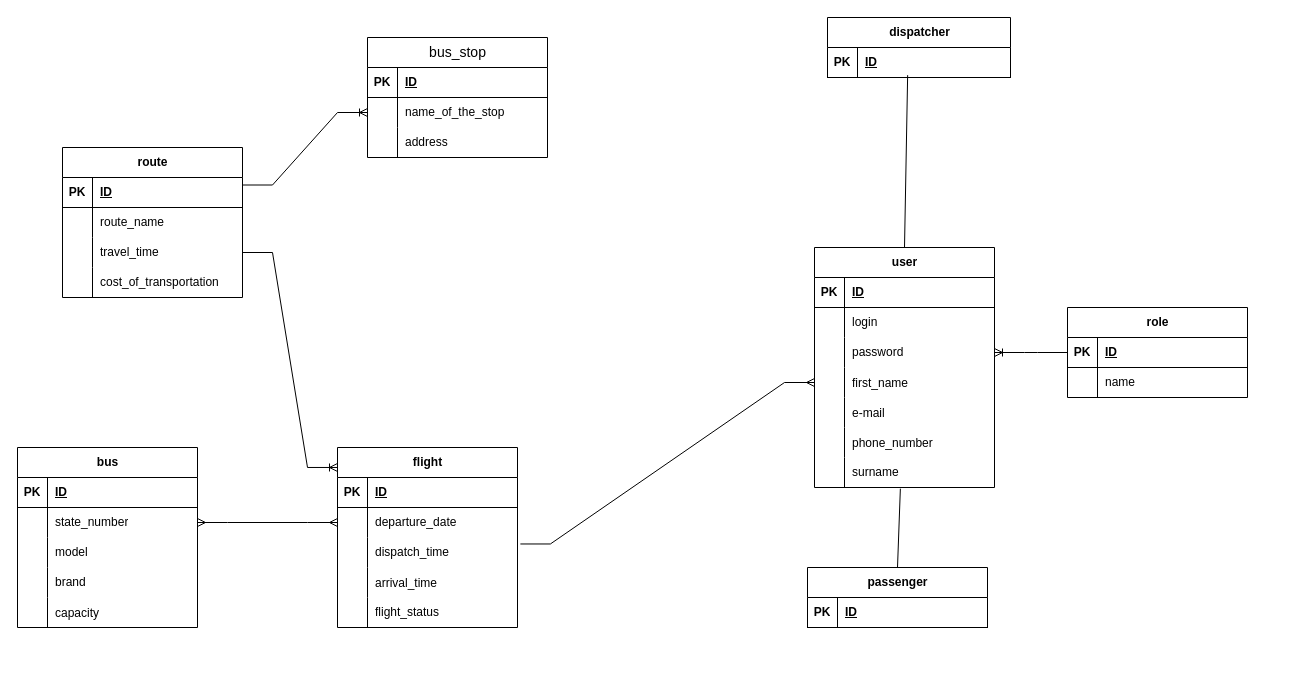
Above: page "Страница — 1" (1 of 2) of doc/er.drawio in IlyaSevastyanov/WorkSite (draw.io), before the change. Source tidied: cells renumbered, new cells numbered last; positions are measured from the earlier drawing's top-left corner, leaving out a move shared by most shapes. Both pictures are drawn from the tidied source at 100%, with x=0, y=0 at pixel (17, 17).
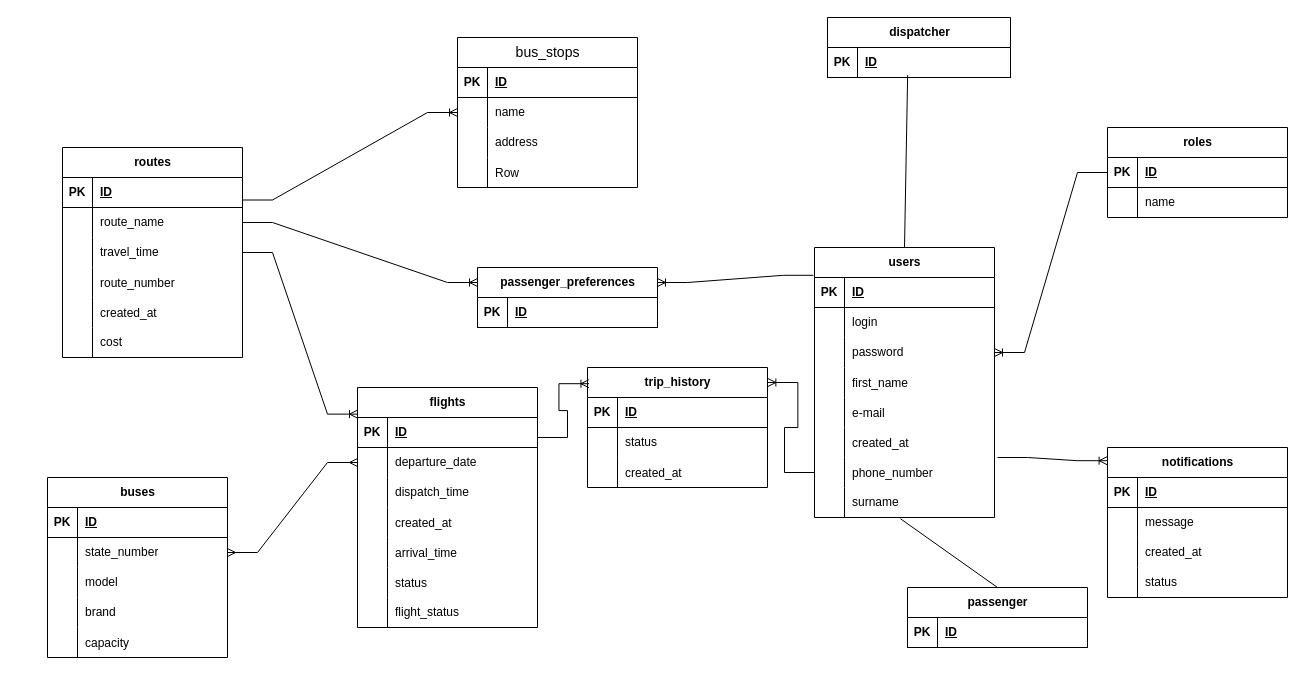
After the change.

The change refers to these unchanged cells:
```xml
<mxCell id="23" style="shape=tableRow;horizontal=0;startSize=0;swimlaneHead=0;swimlaneBody=0;fillColor=none;points=[[0,0.5],[1,0.5]];portConstraint=eastwest;top=0;left=0;right=0;bottom=0;" parent="13" vertex="1">
  <mxGeometry y="120" width="180" height="30" as="geometry" />
</mxCell>
<mxCell id="69" style="shape=tableRow;horizontal=0;startSize=0;swimlaneHead=0;swimlaneBody=0;fillColor=none;points=[[0,0.5],[1,0.5]];portConstraint=eastwest;top=0;left=0;right=0;bottom=0;" parent="62" vertex="1">
  <mxGeometry y="90" width="180" height="30" as="geometry" />
</mxCell>
<mxCell id="82" style="shape=tableRow;horizontal=0;startSize=0;swimlaneHead=0;swimlaneBody=0;fillColor=none;points=[[0,0.5],[1,0.5]];portConstraint=eastwest;top=0;left=0;right=0;bottom=0;" parent="78" vertex="1">
  <mxGeometry y="60" width="180" height="30" as="geometry" />
</mxCell>
<mxCell id="95" style="shape=tableRow;horizontal=0;startSize=0;swimlaneHead=0;swimlaneBody=0;fillColor=none;points=[[0,0.5],[1,0.5]];portConstraint=eastwest;top=0;left=0;right=0;bottom=0;" parent="91" vertex="1">
  <mxGeometry y="60" width="180" height="30" as="geometry" />
</mxCell>
```

Change to the diagram source:
```diff
@@
-    <mxCell id="5" style="edgeStyle=entityRelationEdgeStyle;fontSize=12;html=1;endArrow=ERmany;rounded=0;entryX=0;entryY=0.5;entryDx=0;entryDy=0;exitX=1.016;exitY=0.216;exitDx=0;exitDy=0;exitPerimeter=0;" parent="1" edge="1" source="69" target="23">
-      <mxGeometry relative="1" as="geometry" />
-    </mxCell>
-    <mxCell id="6" value="role" style="shape=table;startSize=30;childLayout=tableLayout;rowLines=0;fontStyle=1;align=center;html=1;" parent="1" vertex="1">
-      <mxGeometry x="1050" y="290" width="180" height="90" as="geometry" />
+    <mxCell id="6" value="roles" style="shape=table;startSize=30;childLayout=tableLayout;rowLines=0;fontStyle=1;align=center;html=1;" parent="1" vertex="1">
+      <mxGeometry x="1090" y="110" width="180" height="90" as="geometry" />
     </mxCell>
@@
-    <mxCell id="13" value="user" style="shape=table;startSize=30;childLayout=tableLayout;rowLines=0;fontStyle=1;align=center;html=1;" parent="1" vertex="1">
-      <mxGeometry x="797" y="230" width="180" height="240" as="geometry" />
+    <mxCell id="13" value="users" style="shape=table;startSize=30;childLayout=tableLayout;rowLines=0;fontStyle=1;align=center;html=1;" parent="1" vertex="1">
+      <mxGeometry x="797" y="230" width="180" height="270" as="geometry" />
     </mxCell>
@@
+    <mxCell id="101" style="shape=tableRow;horizontal=0;startSize=0;swimlaneHead=0;swimlaneBody=0;fillColor=none;points=[[0,0.5],[1,0.5]];portConstraint=eastwest;top=0;left=0;right=0;bottom=0;" parent="13" vertex="1">
+      <mxGeometry y="180" width="180" height="30" as="geometry" />
+    </mxCell>
+    <mxCell id="102" style="shape=partialRectangle;fillColor=none;top=0;left=0;bottom=0;right=0;overflow=hidden;" parent="101" vertex="1">
+      <mxGeometry width="30" height="30" as="geometry" />
+    </mxCell>
+    <mxCell id="103" value="created_at" style="shape=partialRectangle;fillColor=none;top=0;left=0;bottom=0;right=0;align=left;spacingLeft=6;overflow=hidden;" parent="101" vertex="1">
+      <mxGeometry x="30" width="150" height="30" as="geometry" />
+    </mxCell>
     <mxCell id="29" style="shape=tableRow;horizontal=0;startSize=0;swimlaneHead=0;swimlaneBody=0;fillColor=none;points=[[0,0.5],[1,0.5]];portConstraint=eastwest;top=0;left=0;right=0;bottom=0;" parent="13" vertex="1">
-      <mxGeometry y="180" width="180" height="30" as="geometry" />
+      <mxGeometry y="210" width="180" height="30" as="geometry" />
     </mxCell>
@@
     <mxCell id="32" style="shape=tableRow;horizontal=0;startSize=0;swimlaneHead=0;swimlaneBody=0;fillColor=none;points=[[0,0.5],[1,0.5]];portConstraint=eastwest;top=0;left=0;right=0;bottom=0;" parent="13" vertex="1">
-      <mxGeometry y="210" width="180" height="30" as="geometry" />
+      <mxGeometry y="240" width="180" height="30" as="geometry" />
     </mxCell>
@@
     <mxCell id="40" value="passenger" style="shape=table;startSize=30;childLayout=tableLayout;rowLines=0;fontStyle=1;align=center;html=1;" parent="1" vertex="1">
-      <mxGeometry x="790" y="550" width="180" height="60" as="geometry" />
+      <mxGeometry x="890" y="570" width="180" height="60" as="geometry" />
     </mxCell>
@@
-    <mxCell id="46" value="bus" style="shape=table;startSize=30;childLayout=tableLayout;rowLines=0;fontStyle=1;align=center;html=1;" parent="1" vertex="1">
-      <mxGeometry y="430" width="180" height="180" as="geometry" />
+    <mxCell id="46" value="buses" style="shape=table;startSize=30;childLayout=tableLayout;rowLines=0;fontStyle=1;align=center;html=1;" parent="1" vertex="1">
+      <mxGeometry x="30" y="460" width="180" height="180" as="geometry" />
     </mxCell>
@@
-    <mxCell id="62" value="flight" style="shape=table;startSize=30;childLayout=tableLayout;rowLines=0;fontStyle=1;align=center;html=1;" parent="1" vertex="1">
-      <mxGeometry x="320" y="430" width="180" height="180" as="geometry" />
+    <mxCell id="62" value="flights" style="shape=table;startSize=30;childLayout=tableLayout;rowLines=0;fontStyle=1;align=center;html=1;" parent="1" vertex="1">
+      <mxGeometry x="340" y="370" width="180" height="240" as="geometry" />
     </mxCell>
@@
+    <mxCell id="104" style="shape=tableRow;horizontal=0;startSize=0;swimlaneHead=0;swimlaneBody=0;fillColor=none;top=0;left=0;right=0;bottom=0;" parent="62" vertex="1">
+      <mxGeometry y="120" width="180" height="30" as="geometry" />
+    </mxCell>
+    <mxCell id="105" style="shape=partialRectangle;fillColor=none;top=0;left=0;bottom=0;right=0;overflow=hidden;" parent="104" vertex="1">
+      <mxGeometry width="30" height="30" as="geometry" />
+    </mxCell>
+    <mxCell id="106" value="created_at" style="shape=partialRectangle;fillColor=none;top=0;left=0;bottom=0;right=0;align=left;spacingLeft=6;overflow=hidden;" parent="104" vertex="1">
+      <mxGeometry x="30" width="150" height="30" as="geometry" />
+    </mxCell>
     <mxCell id="72" style="shape=tableRow;horizontal=0;startSize=0;swimlaneHead=0;swimlaneBody=0;fillColor=none;top=0;left=0;right=0;bottom=0;" parent="62" vertex="1">
-      <mxGeometry y="120" width="180" height="30" as="geometry" />
+      <mxGeometry y="150" width="180" height="30" as="geometry" />
     </mxCell>
@@
+    <mxCell id="107" style="shape=tableRow;horizontal=0;startSize=0;swimlaneHead=0;swimlaneBody=0;fillColor=none;top=0;left=0;right=0;bottom=0;" parent="62" vertex="1">
+      <mxGeometry y="180" width="180" height="30" as="geometry" />
+    </mxCell>
+    <mxCell id="108" style="shape=partialRectangle;fillColor=none;top=0;left=0;bottom=0;right=0;overflow=hidden;" parent="107" vertex="1">
+      <mxGeometry width="30" height="30" as="geometry" />
+    </mxCell>
+    <mxCell id="109" value="status" style="shape=partialRectangle;fillColor=none;top=0;left=0;bottom=0;right=0;align=left;spacingLeft=6;overflow=hidden;" parent="107" vertex="1">
+      <mxGeometry x="30" width="150" height="30" as="geometry" />
+    </mxCell>
     <mxCell id="75" style="shape=tableRow;horizontal=0;startSize=0;swimlaneHead=0;swimlaneBody=0;fillColor=none;top=0;left=0;right=0;bottom=0;" parent="62" vertex="1">
-      <mxGeometry y="150" width="180" height="30" as="geometry" />
+      <mxGeometry y="210" width="180" height="30" as="geometry" />
     </mxCell>
@@
-    <mxCell id="78" value="route" style="shape=table;startSize=30;childLayout=tableLayout;rowLines=0;fontStyle=1;align=center;html=1;" parent="1" vertex="1">
-      <mxGeometry x="45" y="130" width="180" height="150" as="geometry" />
+    <mxCell id="78" value="routes" style="shape=table;startSize=30;childLayout=tableLayout;rowLines=0;fontStyle=1;align=center;html=1;" parent="1" vertex="1">
+      <mxGeometry x="45" y="130" width="180" height="210" as="geometry" />
     </mxCell>
@@
+    <mxCell id="110" style="shape=tableRow;horizontal=0;startSize=0;swimlaneHead=0;swimlaneBody=0;fillColor=none;top=0;left=0;right=0;bottom=0;" parent="78" vertex="1">
+      <mxGeometry y="120" width="180" height="30" as="geometry" />
+    </mxCell>
+    <mxCell id="111" style="shape=partialRectangle;fillColor=none;top=0;left=0;bottom=0;right=0;overflow=hidden;" parent="110" vertex="1">
+      <mxGeometry width="30" height="30" as="geometry" />
+    </mxCell>
+    <mxCell id="112" value="route_number" style="shape=partialRectangle;fillColor=none;top=0;left=0;bottom=0;right=0;align=left;spacingLeft=6;overflow=hidden;" parent="110" vertex="1">
+      <mxGeometry x="30" width="150" height="30" as="geometry" />
+    </mxCell>
+    <mxCell id="113" style="shape=tableRow;horizontal=0;startSize=0;swimlaneHead=0;swimlaneBody=0;fillColor=none;top=0;left=0;right=0;bottom=0;" parent="78" vertex="1">
+      <mxGeometry y="150" width="180" height="30" as="geometry" />
+    </mxCell>
+    <mxCell id="114" style="shape=partialRectangle;fillColor=none;top=0;left=0;bottom=0;right=0;overflow=hidden;" parent="113" vertex="1">
+      <mxGeometry width="30" height="30" as="geometry" />
+    </mxCell>
+    <mxCell id="115" value="created_at" style="shape=partialRectangle;fillColor=none;top=0;left=0;bottom=0;right=0;align=left;spacingLeft=6;overflow=hidden;" parent="113" vertex="1">
+      <mxGeometry x="30" width="150" height="30" as="geometry" />
+    </mxCell>
     <mxCell id="88" style="shape=tableRow;horizontal=0;startSize=0;swimlaneHead=0;swimlaneBody=0;fillColor=none;top=0;left=0;right=0;bottom=0;" parent="78" vertex="1">
-      <mxGeometry y="120" width="180" height="30" as="geometry" />
+      <mxGeometry y="180" width="180" height="30" as="geometry" />
     </mxCell>
@@
-    <mxCell id="90" value="cost_of_transportation" style="shape=partialRectangle;fillColor=none;top=0;left=0;bottom=0;right=0;align=left;spacingLeft=6;overflow=hidden;whiteSpace=wrap;html=1;" parent="88" vertex="1">
+    <mxCell id="90" value="cost" style="shape=partialRectangle;fillColor=none;top=0;left=0;bottom=0;right=0;align=left;spacingLeft=6;overflow=hidden;whiteSpace=wrap;html=1;" parent="88" vertex="1">
       <mxGeometry x="30" width="150" height="30" as="geometry" />
     </mxCell>
-    <mxCell id="91" value="&lt;span style=&quot;font-size: 14px; font-weight: 400;&quot;&gt;bus_stop&lt;/span&gt;" style="shape=table;startSize=30;childLayout=tableLayout;rowLines=0;fontStyle=1;align=center;html=1;" parent="1" vertex="1">
-      <mxGeometry x="350" y="20" width="180" height="120" as="geometry" />
+    <mxCell id="91" value="&lt;span style=&quot;font-size: 14px; font-weight: 400;&quot;&gt;bus_stops&lt;/span&gt;" style="shape=table;startSize=30;childLayout=tableLayout;rowLines=0;fontStyle=1;align=center;html=1;" parent="1" vertex="1">
+      <mxGeometry x="440" y="20" width="180" height="150" as="geometry" />
     </mxCell>
@@
-    <mxCell id="97" value="name_of_the_stop" style="shape=partialRectangle;fillColor=none;top=0;left=0;bottom=0;right=0;align=left;spacingLeft=6;overflow=hidden;whiteSpace=wrap;html=1;" parent="95" vertex="1">
+    <mxCell id="97" value="name" style="shape=partialRectangle;fillColor=none;top=0;left=0;bottom=0;right=0;align=left;spacingLeft=6;overflow=hidden;whiteSpace=wrap;html=1;" parent="95" vertex="1">
       <mxGeometry x="30" width="150" height="30" as="geometry" />
     </mxCell>
@@
+    <mxCell id="116" style="shape=tableRow;horizontal=0;startSize=0;swimlaneHead=0;swimlaneBody=0;fillColor=none;top=0;left=0;right=0;bottom=0;" parent="91" vertex="1">
+      <mxGeometry y="120" width="180" height="30" as="geometry" />
+    </mxCell>
+    <mxCell id="117" style="shape=partialRectangle;fillColor=none;top=0;left=0;bottom=0;right=0;overflow=hidden;" parent="116" vertex="1">
+      <mxGeometry width="30" height="30" as="geometry" />
+    </mxCell>
+    <mxCell id="118" value="Row" style="shape=partialRectangle;fillColor=none;top=0;left=0;bottom=0;right=0;align=left;spacingLeft=6;overflow=hidden;" parent="116" vertex="1">
+      <mxGeometry x="30" width="150" height="30" as="geometry" />
+    </mxCell>
+    <mxCell id="119" value="notifications" style="shape=table;startSize=30;childLayout=tableLayout;rowLines=0;fontStyle=1;align=center;html=1;" parent="1" vertex="1">
+      <mxGeometry x="1090" y="430" width="180" height="150" as="geometry" />
+    </mxCell>
+    <mxCell id="120" style="shape=tableRow;horizontal=0;startSize=0;swimlaneHead=0;swimlaneBody=0;fillColor=none;top=0;left=0;right=0;bottom=1;" parent="119" vertex="1">
+      <mxGeometry y="30" width="180" height="30" as="geometry" />
+    </mxCell>
+    <mxCell id="121" value="PK" style="shape=partialRectangle;fillColor=none;top=0;left=0;bottom=0;right=0;fontStyle=1;overflow=hidden;whiteSpace=wrap;html=1;" parent="120" vertex="1">
+      <mxGeometry width="30" height="30" as="geometry" />
+    </mxCell>
+    <mxCell id="122" value="ID" style="shape=partialRectangle;fillColor=none;top=0;left=0;bottom=0;right=0;align=left;spacingLeft=6;fontStyle=5;overflow=hidden;whiteSpace=wrap;html=1;" parent="120" vertex="1">
+      <mxGeometry x="30" width="150" height="30" as="geometry" />
+    </mxCell>
+    <mxCell id="123" style="shape=tableRow;horizontal=0;startSize=0;swimlaneHead=0;swimlaneBody=0;fillColor=none;top=0;left=0;right=0;bottom=0;" parent="119" vertex="1">
+      <mxGeometry y="60" width="180" height="30" as="geometry" />
+    </mxCell>
+    <mxCell id="124" style="shape=partialRectangle;fillColor=none;top=0;left=0;bottom=0;right=0;overflow=hidden;whiteSpace=wrap;html=1;" parent="123" vertex="1">
+      <mxGeometry width="30" height="30" as="geometry" />
+    </mxCell>
+    <mxCell id="125" value="message" style="shape=partialRectangle;fillColor=none;top=0;left=0;bottom=0;right=0;align=left;spacingLeft=6;overflow=hidden;whiteSpace=wrap;html=1;" parent="123" vertex="1">
+      <mxGeometry x="30" width="150" height="30" as="geometry" />
+    </mxCell>
+    <mxCell id="126" style="shape=tableRow;horizontal=0;startSize=0;swimlaneHead=0;swimlaneBody=0;fillColor=none;top=0;left=0;right=0;bottom=0;" parent="119" vertex="1">
+      <mxGeometry y="90" width="180" height="30" as="geometry" />
+    </mxCell>
+    <mxCell id="127" style="shape=partialRectangle;fillColor=none;top=0;left=0;bottom=0;right=0;overflow=hidden;whiteSpace=wrap;html=1;" parent="126" vertex="1">
+      <mxGeometry width="30" height="30" as="geometry" />
+    </mxCell>
+    <mxCell id="128" value="created_at" style="shape=partialRectangle;fillColor=none;top=0;left=0;bottom=0;right=0;align=left;spacingLeft=6;overflow=hidden;whiteSpace=wrap;html=1;" parent="126" vertex="1">
+      <mxGeometry x="30" width="150" height="30" as="geometry" />
+    </mxCell>
+    <mxCell id="129" style="shape=tableRow;horizontal=0;startSize=0;swimlaneHead=0;swimlaneBody=0;fillColor=none;top=0;left=0;right=0;bottom=0;" parent="119" vertex="1">
+      <mxGeometry y="120" width="180" height="30" as="geometry" />
+    </mxCell>
+    <mxCell id="130" style="shape=partialRectangle;fillColor=none;top=0;left=0;bottom=0;right=0;overflow=hidden;whiteSpace=wrap;html=1;" parent="129" vertex="1">
+      <mxGeometry width="30" height="30" as="geometry" />
+    </mxCell>
+    <mxCell id="131" value="status" style="shape=partialRectangle;fillColor=none;top=0;left=0;bottom=0;right=0;align=left;spacingLeft=6;overflow=hidden;whiteSpace=wrap;html=1;" parent="129" vertex="1">
+      <mxGeometry x="30" width="150" height="30" as="geometry" />
+    </mxCell>
+    <mxCell id="132" value="passenger_preferences" style="shape=table;startSize=30;childLayout=tableLayout;rowLines=0;fontStyle=1;align=center;html=1;" parent="1" vertex="1">
+      <mxGeometry x="460" y="250" width="180" height="60" as="geometry" />
+    </mxCell>
+    <mxCell id="133" style="shape=tableRow;horizontal=0;startSize=0;swimlaneHead=0;swimlaneBody=0;fillColor=none;top=0;left=0;right=0;bottom=1;" parent="132" vertex="1">
+      <mxGeometry y="30" width="180" height="30" as="geometry" />
+    </mxCell>
+    <mxCell id="134" value="PK" style="shape=partialRectangle;fillColor=none;top=0;left=0;bottom=0;right=0;fontStyle=1;overflow=hidden;whiteSpace=wrap;html=1;" parent="133" vertex="1">
+      <mxGeometry width="30" height="30" as="geometry" />
+    </mxCell>
+    <mxCell id="135" value="ID" style="shape=partialRectangle;fillColor=none;top=0;left=0;bottom=0;right=0;align=left;spacingLeft=6;fontStyle=5;overflow=hidden;whiteSpace=wrap;html=1;" parent="133" vertex="1">
+      <mxGeometry x="30" width="150" height="30" as="geometry" />
+    </mxCell>
+    <mxCell id="136" style="edgeStyle=entityRelationEdgeStyle;fontSize=12;html=1;endArrow=ERoneToMany;rounded=0;entryX=1;entryY=0.25;entryDx=0;entryDy=0;exitX=-0.006;exitY=0.103;exitDx=0;exitDy=0;exitPerimeter=0;" parent="1" edge="1" source="13" target="132">
+      <mxGeometry relative="1" as="geometry" />
+    </mxCell>
+    <mxCell id="137" style="edgeStyle=entityRelationEdgeStyle;fontSize=12;html=1;endArrow=ERoneToMany;rounded=0;entryX=-0.002;entryY=0.088;entryDx=0;entryDy=0;entryPerimeter=0;exitX=1.017;exitY=1;exitDx=0;exitDy=0;exitPerimeter=0;" parent="1" edge="1" source="101" target="119">
+      <mxGeometry relative="1" as="geometry" />
+    </mxCell>
+    <mxCell id="138" style="edgeStyle=entityRelationEdgeStyle;fontSize=12;html=1;endArrow=ERoneToMany;rounded=0;entryX=0;entryY=0.25;entryDx=0;entryDy=0;exitX=1;exitY=0.5;exitDx=0;exitDy=0;" parent="1" edge="1" source="82" target="132">
+      <mxGeometry relative="1" as="geometry" />
+    </mxCell>
+    <mxCell id="139" value="trip_history" style="shape=table;startSize=30;childLayout=tableLayout;rowLines=0;fontStyle=1;align=center;html=1;" parent="1" vertex="1">
+      <mxGeometry x="570" y="350" width="180" height="120" as="geometry" />
+    </mxCell>
+    <mxCell id="140" style="shape=tableRow;horizontal=0;startSize=0;swimlaneHead=0;swimlaneBody=0;fillColor=none;top=0;left=0;right=0;bottom=1;" parent="139" vertex="1">
+      <mxGeometry y="30" width="180" height="30" as="geometry" />
+    </mxCell>
+    <mxCell id="141" value="PK" style="shape=partialRectangle;fillColor=none;top=0;left=0;bottom=0;right=0;fontStyle=1;overflow=hidden;whiteSpace=wrap;html=1;" parent="140" vertex="1">
+      <mxGeometry width="30" height="30" as="geometry" />
+    </mxCell>
+    <mxCell id="142" value="ID" style="shape=partialRectangle;fillColor=none;top=0;left=0;bottom=0;right=0;align=left;spacingLeft=6;fontStyle=5;overflow=hidden;whiteSpace=wrap;html=1;" parent="140" vertex="1">
+      <mxGeometry x="30" width="150" height="30" as="geometry" />
+    </mxCell>
+    <mxCell id="143" style="shape=tableRow;horizontal=0;startSize=0;swimlaneHead=0;swimlaneBody=0;fillColor=none;top=0;left=0;right=0;bottom=0;" parent="139" vertex="1">
+      <mxGeometry y="60" width="180" height="30" as="geometry" />
+    </mxCell>
+    <mxCell id="144" style="shape=partialRectangle;fillColor=none;top=0;left=0;bottom=0;right=0;overflow=hidden;whiteSpace=wrap;html=1;" parent="143" vertex="1">
+      <mxGeometry width="30" height="30" as="geometry" />
+    </mxCell>
+    <mxCell id="145" value="status" style="shape=partialRectangle;fillColor=none;top=0;left=0;bottom=0;right=0;align=left;spacingLeft=6;overflow=hidden;whiteSpace=wrap;html=1;" parent="143" vertex="1">
+      <mxGeometry x="30" width="150" height="30" as="geometry" />
+    </mxCell>
+    <mxCell id="146" style="shape=tableRow;horizontal=0;startSize=0;swimlaneHead=0;swimlaneBody=0;fillColor=none;top=0;left=0;right=0;bottom=0;" parent="139" vertex="1">
+      <mxGeometry y="90" width="180" height="30" as="geometry" />
+    </mxCell>
+    <mxCell id="147" style="shape=partialRectangle;fillColor=none;top=0;left=0;bottom=0;right=0;overflow=hidden;" parent="146" vertex="1">
+      <mxGeometry width="30" height="30" as="geometry" />
+    </mxCell>
+    <mxCell id="148" value="created_at" style="shape=partialRectangle;fillColor=none;top=0;left=0;bottom=0;right=0;align=left;spacingLeft=6;overflow=hidden;" parent="146" vertex="1">
+      <mxGeometry x="30" width="150" height="30" as="geometry" />
+    </mxCell>
+    <mxCell id="149" style="edgeStyle=entityRelationEdgeStyle;fontSize=12;html=1;endArrow=ERoneToMany;rounded=0;exitX=0;exitY=0.5;exitDx=0;exitDy=0;entryX=1.002;entryY=0.125;entryDx=0;entryDy=0;entryPerimeter=0;" parent="1" edge="1" source="29" target="139">
+      <mxGeometry relative="1" as="geometry" />
+    </mxCell>
+    <mxCell id="150" style="edgeStyle=entityRelationEdgeStyle;fontSize=12;html=1;endArrow=ERoneToMany;rounded=0;entryX=0.008;entryY=0.135;entryDx=0;entryDy=0;entryPerimeter=0;" parent="1" edge="1" target="139">
+      <mxGeometry relative="1" as="geometry">
+        <mxPoint x="520" y="420" as="sourcePoint" />
+      </mxGeometry>
+    </mxCell>
```
